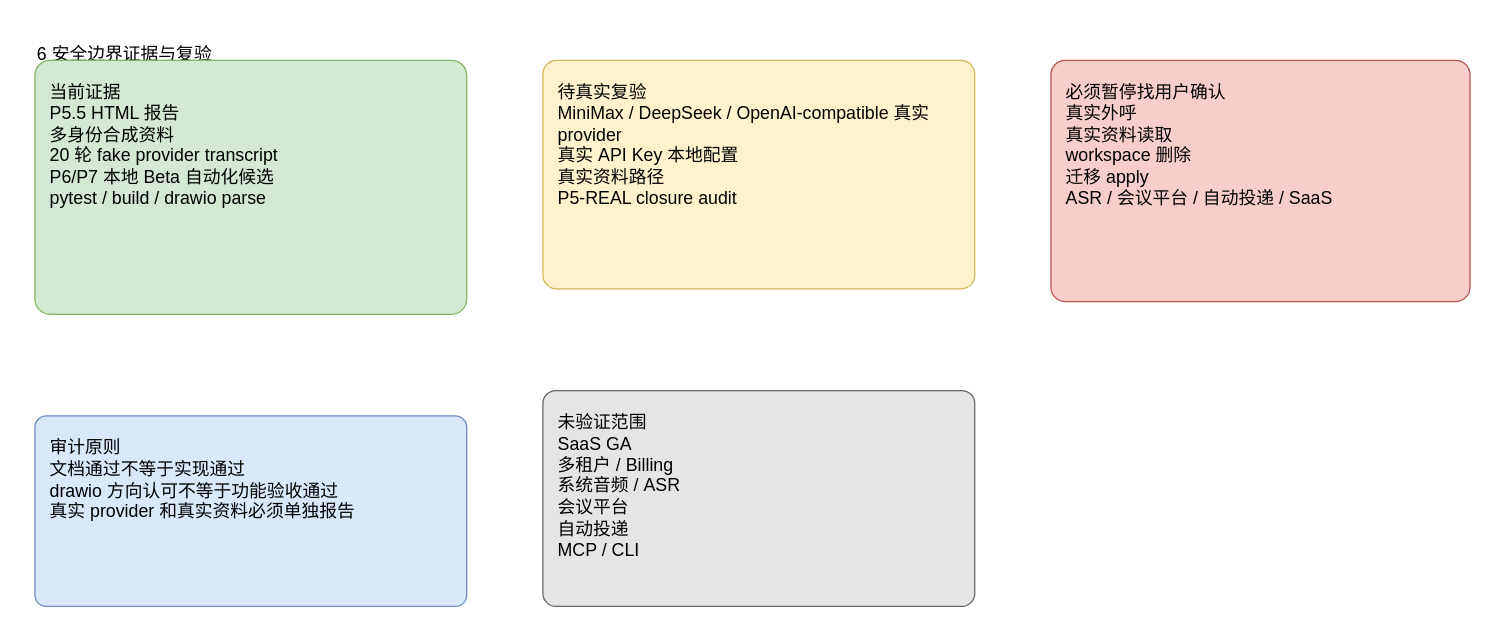
The draw.io diagram page "6 安全边界证据与复验" (6 of 6) of docs/active/jobpilot-stage-gap-and-acceptance.drawio in ljx418/interview_service, before the edit. Source tidied: cells renumbered, new cells numbered last; positions are measured from the earlier drawing's top-left corner, leaving out a move shared by most shapes. Both pictures are drawn from the tidied source at 127%, with x=0, y=0 at pixel (22, 22).
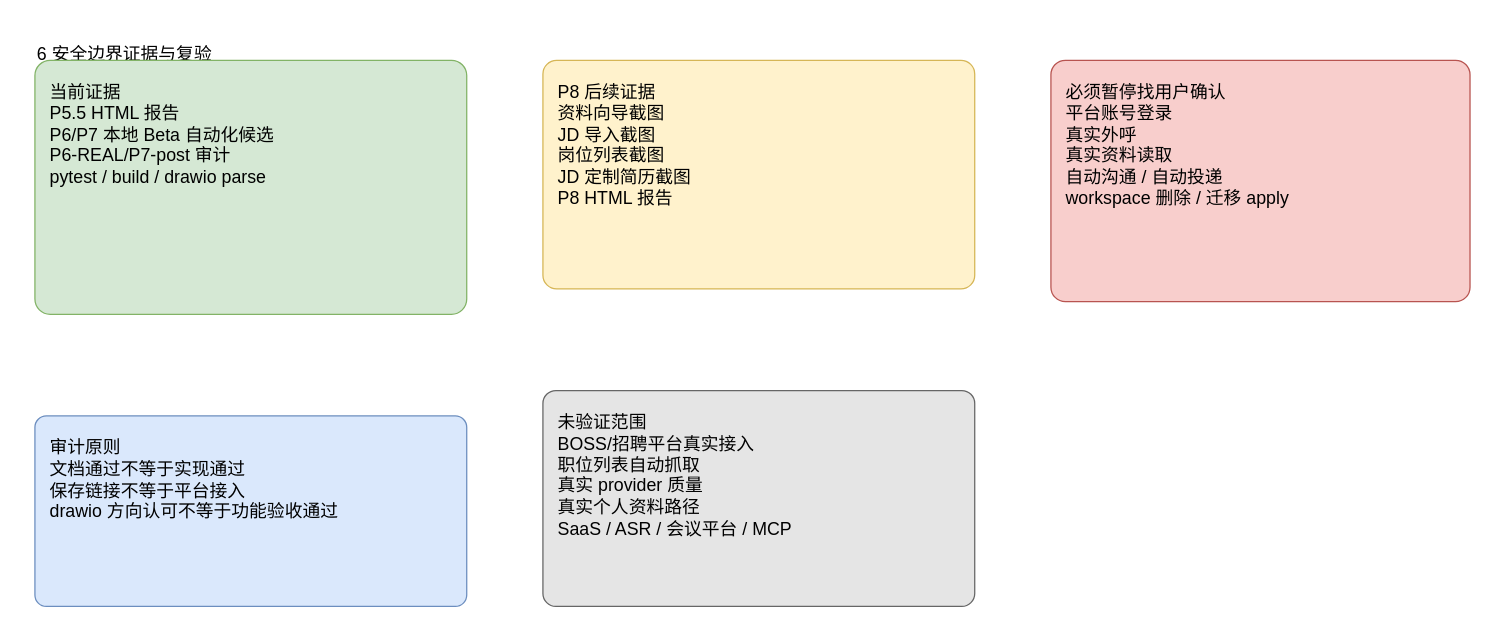
The same diagram, later.

What changed in the source:
```diff
@@
 <mxGraphModel>
   <root>
     <mxCell id="0" />
     <mxCell id="1" parent="0" />
     <mxCell id="2" value="6 安全边界证据与复验" style="rounded=1;whiteSpace=wrap;html=1;fillColor=#ffffff;strokeColor=#ffffff;fontSize=14;align=left;verticalAlign=top;spacing=12;arcSize=6;" parent="1" vertex="1">
       <mxGeometry width="500" height="40" as="geometry" />
     </mxCell>
-    <mxCell id="3" value="当前证据&lt;br&gt;P5.5 HTML 报告&lt;br&gt;多身份合成资料&lt;br&gt;20 轮 fake provider transcript&lt;br&gt;P6/P7 本地 Beta 自动化候选&lt;br&gt;pytest / build / drawio parse" style="rounded=1;whiteSpace=wrap;html=1;fillColor=#d5e8d4;strokeColor=#82b366;fontSize=14;align=left;verticalAlign=top;spacing=12;arcSize=6;" parent="1" vertex="1">
+    <mxCell id="3" value="当前证据&lt;br&gt;P5.5 HTML 报告&lt;br&gt;P6/P7 本地 Beta 自动化候选&lt;br&gt;P6-REAL/P7-post 审计&lt;br&gt;pytest / build / drawio parse" style="rounded=1;whiteSpace=wrap;html=1;fillColor=#d5e8d4;strokeColor=#82b366;fontSize=14;align=left;verticalAlign=top;spacing=12;arcSize=6;" parent="1" vertex="1">
       <mxGeometry x="10" y="30" width="340" height="200" as="geometry" />
     </mxCell>
-    <mxCell id="4" value="待真实复验&lt;br&gt;MiniMax / DeepSeek / OpenAI-compatible 真实 provider&lt;br&gt;真实 API Key 本地配置&lt;br&gt;真实资料路径&lt;br&gt;P5-REAL closure audit" style="rounded=1;whiteSpace=wrap;html=1;fillColor=#fff2cc;strokeColor=#d6b656;fontSize=14;align=left;verticalAlign=top;spacing=12;arcSize=6;" parent="1" vertex="1">
+    <mxCell id="4" value="P8 后续证据&lt;br&gt;资料向导截图&lt;br&gt;JD 导入截图&lt;br&gt;岗位列表截图&lt;br&gt;JD 定制简历截图&lt;br&gt;P8 HTML 报告" style="rounded=1;whiteSpace=wrap;html=1;fillColor=#fff2cc;strokeColor=#d6b656;fontSize=14;align=left;verticalAlign=top;spacing=12;arcSize=6;" parent="1" vertex="1">
       <mxGeometry x="410" y="30" width="340" height="180" as="geometry" />
     </mxCell>
-    <mxCell id="5" value="必须暂停找用户确认&lt;br&gt;真实外呼&lt;br&gt;真实资料读取&lt;br&gt;workspace 删除&lt;br&gt;迁移 apply&lt;br&gt;ASR / 会议平台 / 自动投递 / SaaS" style="rounded=1;whiteSpace=wrap;html=1;fillColor=#f8cecc;strokeColor=#b85450;fontSize=14;align=left;verticalAlign=top;spacing=12;arcSize=6;" parent="1" vertex="1">
+    <mxCell id="5" value="必须暂停找用户确认&lt;br&gt;平台账号登录&lt;br&gt;真实外呼&lt;br&gt;真实资料读取&lt;br&gt;自动沟通 / 自动投递&lt;br&gt;workspace 删除 / 迁移 apply" style="rounded=1;whiteSpace=wrap;html=1;fillColor=#f8cecc;strokeColor=#b85450;fontSize=14;align=left;verticalAlign=top;spacing=12;arcSize=6;" parent="1" vertex="1">
       <mxGeometry x="810" y="30" width="330" height="190" as="geometry" />
     </mxCell>
-    <mxCell id="6" value="未验证范围&lt;br&gt;SaaS GA&lt;br&gt;多租户 / Billing&lt;br&gt;系统音频 / ASR&lt;br&gt;会议平台&lt;br&gt;自动投递&lt;br&gt;MCP / CLI" style="rounded=1;whiteSpace=wrap;html=1;fillColor=#e5e5e5;strokeColor=#666666;fontSize=14;align=left;verticalAlign=top;spacing=12;arcSize=6;" parent="1" vertex="1">
+    <mxCell id="6" value="未验证范围&lt;br&gt;BOSS/招聘平台真实接入&lt;br&gt;职位列表自动抓取&lt;br&gt;真实 provider 质量&lt;br&gt;真实个人资料路径&lt;br&gt;SaaS / ASR / 会议平台 / MCP" style="rounded=1;whiteSpace=wrap;html=1;fillColor=#e5e5e5;strokeColor=#666666;fontSize=14;align=left;verticalAlign=top;spacing=12;arcSize=6;" parent="1" vertex="1">
       <mxGeometry x="410" y="290" width="340" height="170" as="geometry" />
     </mxCell>
-    <mxCell id="7" value="审计原则&lt;br&gt;文档通过不等于实现通过&lt;br&gt;drawio 方向认可不等于功能验收通过&lt;br&gt;真实 provider 和真实资料必须单独报告" style="rounded=1;whiteSpace=wrap;html=1;fillColor=#dae8fc;strokeColor=#6c8ebf;fontSize=14;align=left;verticalAlign=top;spacing=12;arcSize=6;" parent="1" vertex="1">
+    <mxCell id="7" value="审计原则&lt;br&gt;文档通过不等于实现通过&lt;br&gt;保存链接不等于平台接入&lt;br&gt;drawio 方向认可不等于功能验收通过" style="rounded=1;whiteSpace=wrap;html=1;fillColor=#dae8fc;strokeColor=#6c8ebf;fontSize=14;align=left;verticalAlign=top;spacing=12;arcSize=6;" parent="1" vertex="1">
       <mxGeometry x="10" y="310" width="340" height="150" as="geometry" />
     </mxCell>
   </root>
 </mxGraphModel>
```
